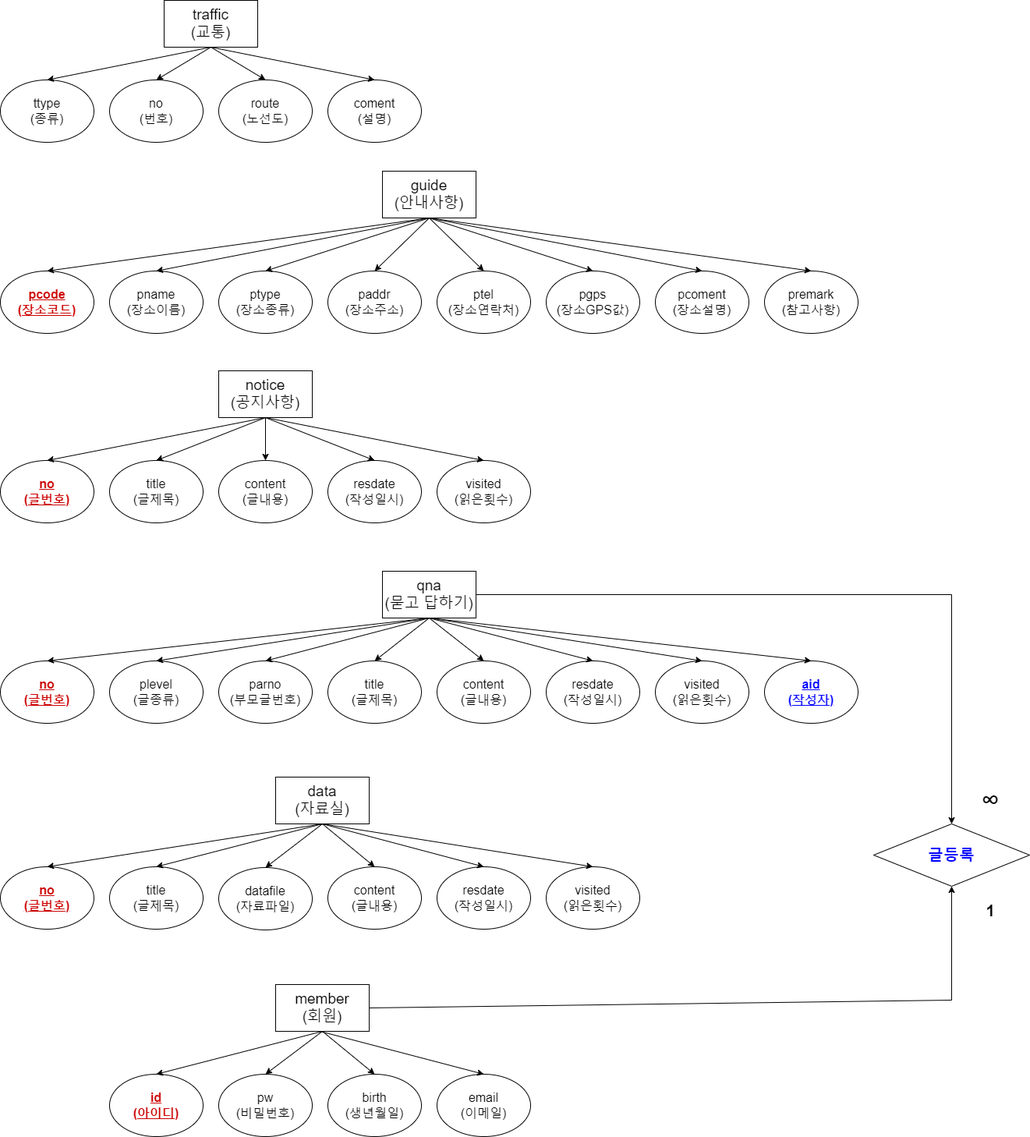
This is design/logical_erd.png from joon14/NB_pro01, a draw.io export, as it was before one commit. Source tidied: cells renumbered, new cells last; positions are measured from the earlier drawing's top-left corner, leaving out a move shared by most shapes.
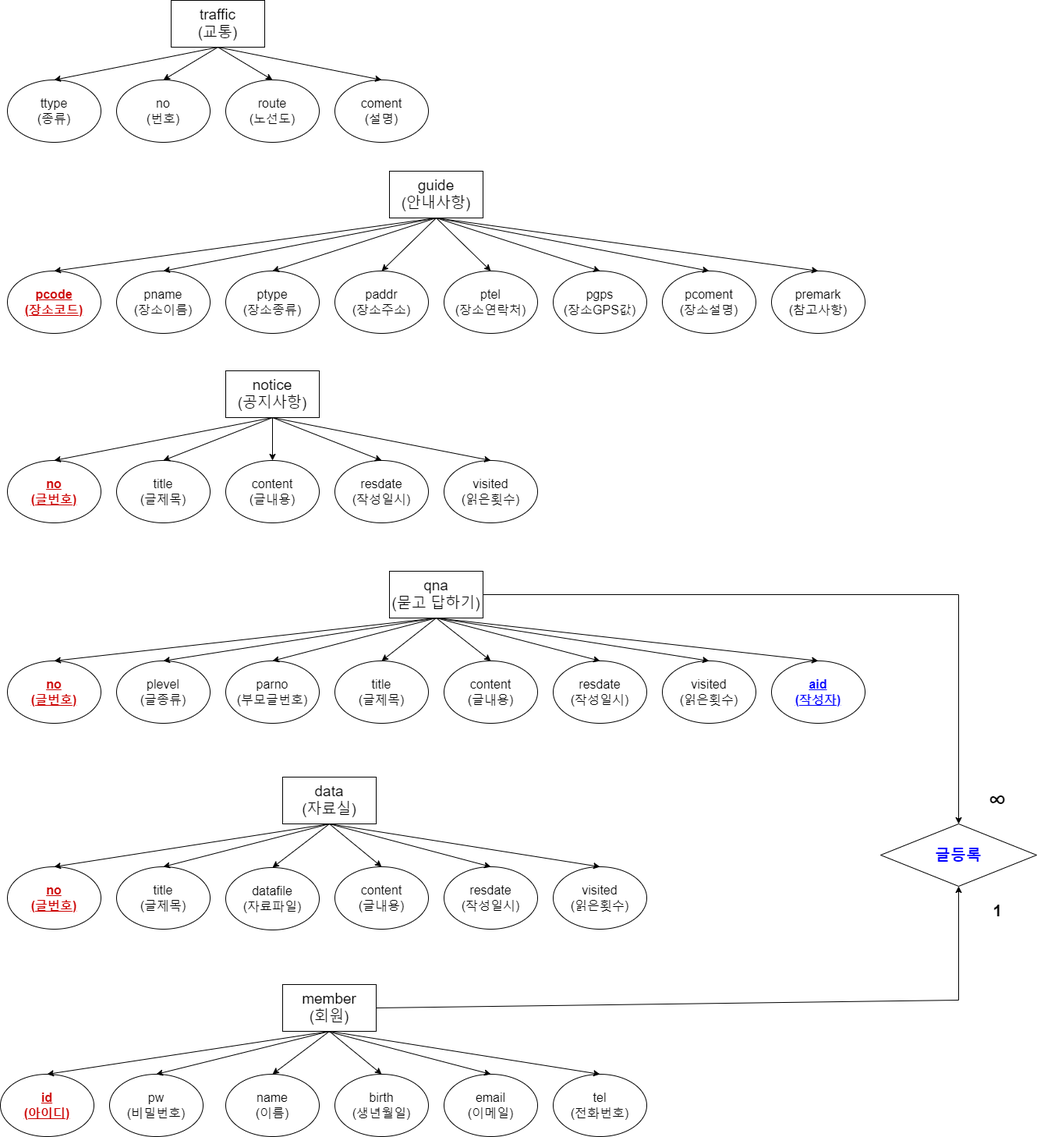
After the commit.

The edit, as a diff of the source:
```diff
@@ -137,11 +137,11 @@
     <mxCell id="46" style="endArrow=classic;html=1;rounded=0;exitX=0.5;exitY=1;exitDx=0;exitDy=0;entryX=0.5;entryY=0;entryDx=0;entryDy=0;" parent="1" edge="1" source="39" target="42">
       <mxGeometry relative="1" as="geometry" />
     </mxCell>
-    <mxCell id="47" style="endArrow=classic;html=1;rounded=0;exitX=0.5;exitY=1;exitDx=0;exitDy=0;entryX=0.5;entryY=0;entryDx=0;entryDy=0;" parent="1" edge="1" source="39">
-      <mxGeometry relative="1" as="geometry">
-        <mxPoint x="620" y="847" as="targetPoint" />
-      </mxGeometry>
-    </mxCell>
+    <mxCell id="83" style="endArrow=classic;html=1;rounded=0;exitX=0.5;exitY=1;exitDx=0;exitDy=0;entryX=0.5;entryY=0;entryDx=0;entryDy=0;" parent="1" edge="1" source="39">
+      <mxGeometry relative="1" as="geometry">
+        <mxPoint x="620" y="847" as="targetPoint" />
+      </mxGeometry>
+    </mxCell>
     <mxCell id="48" style="endArrow=classic;html=1;rounded=0;exitX=0.5;exitY=1;exitDx=0;exitDy=0;entryX=0.5;entryY=0;entryDx=0;entryDy=0;" parent="1" edge="1" source="39" target="43">
       <mxGeometry relative="1" as="geometry" />
     </mxCell>
@@ -209,10 +209,10 @@
       <mxGeometry x="353" y="1262" width="120" height="60" as="geometry" />
     </mxCell>
     <mxCell id="70" value="&lt;b&gt;&lt;font color=&quot;#cc0000&quot;&gt;&lt;u&gt;&lt;span style=&quot;font-size: 16px;&quot;&gt;id&lt;/span&gt;&lt;br&gt;&lt;/u&gt;&lt;/font&gt;&lt;/b&gt;&lt;div style=&quot;font-size: 16px;&quot;&gt;&lt;font color=&quot;#cc0000&quot; style=&quot;font-size: 16px;&quot;&gt;&lt;b&gt;&lt;u&gt;(아이디)&lt;/u&gt;&lt;/b&gt;&lt;/font&gt;&lt;/div&gt;" style="ellipse;whiteSpace=wrap;html=1;" parent="1" vertex="1">
-      <mxGeometry x="140" y="1377" width="120" height="80" as="geometry" />
+      <mxGeometry x="-9" y="1377" width="120" height="80" as="geometry" />
     </mxCell>
     <mxCell id="71" value="&lt;span style=&quot;font-size: 16px;&quot;&gt;pw&lt;/span&gt;&lt;br&gt;&lt;div style=&quot;font-size: 16px;&quot;&gt;&lt;font style=&quot;font-size: 16px;&quot;&gt;(비밀번호)&lt;/font&gt;&lt;/div&gt;" style="ellipse;whiteSpace=wrap;html=1;" parent="1" vertex="1">
-      <mxGeometry x="280" y="1377" width="120" height="80" as="geometry" />
+      <mxGeometry x="131" y="1377" width="120" height="80" as="geometry" />
     </mxCell>
     <mxCell id="72" value="&lt;span style=&quot;font-size: 16px;&quot;&gt;email&lt;/span&gt;&lt;br&gt;&lt;div style=&quot;font-size: 16px;&quot;&gt;&lt;font style=&quot;font-size: 16px;&quot;&gt;(이메일)&lt;/font&gt;&lt;/div&gt;" style="ellipse;whiteSpace=wrap;html=1;" parent="1" vertex="1">
       <mxGeometry x="560" y="1377" width="120" height="80" as="geometry" />
@@ -223,11 +223,11 @@
     <mxCell id="74" style="endArrow=classic;html=1;rounded=0;entryX=0.5;entryY=0;entryDx=0;entryDy=0;exitX=0.5;exitY=1;exitDx=0;exitDy=0;" parent="1" edge="1" source="69" target="71">
       <mxGeometry relative="1" as="geometry" />
     </mxCell>
-    <mxCell id="75" style="endArrow=classic;html=1;rounded=0;entryX=0.5;entryY=0;entryDx=0;entryDy=0;" parent="1" edge="1" target="72">
-      <mxGeometry relative="1" as="geometry">
-        <mxPoint x="410" y="1322" as="sourcePoint" />
-      </mxGeometry>
-    </mxCell>
+    <mxCell id="84" style="endArrow=classic;html=1;rounded=0;entryX=0.5;entryY=0;entryDx=0;entryDy=0;" parent="1" edge="1" target="72">
+      <mxGeometry relative="1" as="geometry">
+        <mxPoint x="410" y="1322" as="sourcePoint" />
+      </mxGeometry>
+    </mxCell>
     <mxCell id="76" value="&lt;span style=&quot;font-size: 16px;&quot;&gt;birth&lt;/span&gt;&lt;br&gt;&lt;div style=&quot;font-size: 16px;&quot;&gt;&lt;font style=&quot;font-size: 16px;&quot;&gt;(생년월일)&lt;/font&gt;&lt;/div&gt;" style="ellipse;whiteSpace=wrap;html=1;" parent="1" vertex="1">
       <mxGeometry x="420" y="1377" width="120" height="80" as="geometry" />
     </mxCell>
@@ -257,5 +257,17 @@
     <mxCell id="82" value="&lt;b style=&quot;&quot;&gt;&lt;font style=&quot;font-size: 33px;&quot;&gt;∞&lt;/font&gt;&lt;/b&gt;" style="text;html=1;align=center;verticalAlign=middle;whiteSpace=wrap;rounded=0;" parent="1" vertex="1">
       <mxGeometry x="1240" y="1011" width="60" height="30" as="geometry" />
     </mxCell>
+    <mxCell id="85" value="&lt;span style=&quot;font-size: 16px;&quot;&gt;name&lt;/span&gt;&lt;br&gt;&lt;div style=&quot;font-size: 16px;&quot;&gt;&lt;font style=&quot;font-size: 16px;&quot;&gt;(이름)&lt;/font&gt;&lt;/div&gt;" style="ellipse;whiteSpace=wrap;html=1;" parent="1" vertex="1">
+      <mxGeometry x="280" y="1377" width="120" height="80" as="geometry" />
+    </mxCell>
+    <mxCell id="86" value="&lt;span style=&quot;font-size: 16px;&quot;&gt;tel&lt;/span&gt;&lt;br&gt;&lt;div style=&quot;font-size: 16px;&quot;&gt;&lt;font style=&quot;font-size: 16px;&quot;&gt;(전화번호)&lt;/font&gt;&lt;/div&gt;" style="ellipse;whiteSpace=wrap;html=1;" parent="1" vertex="1">
+      <mxGeometry x="700" y="1377" width="120" height="80" as="geometry" />
+    </mxCell>
+    <mxCell id="87" style="endArrow=classic;html=1;rounded=0;entryX=0.5;entryY=0;entryDx=0;entryDy=0;exitX=0.5;exitY=1;exitDx=0;exitDy=0;" parent="1" edge="1" source="69" target="86">
+      <mxGeometry relative="1" as="geometry" />
+    </mxCell>
+    <mxCell id="88" style="endArrow=classic;html=1;rounded=0;exitX=0.5;exitY=1;exitDx=0;exitDy=0;entryX=0.5;entryY=0;entryDx=0;entryDy=0;" parent="1" edge="1" source="69" target="85">
+      <mxGeometry relative="1" as="geometry" />
+    </mxCell>
   </root>
 </mxGraphModel>
```
